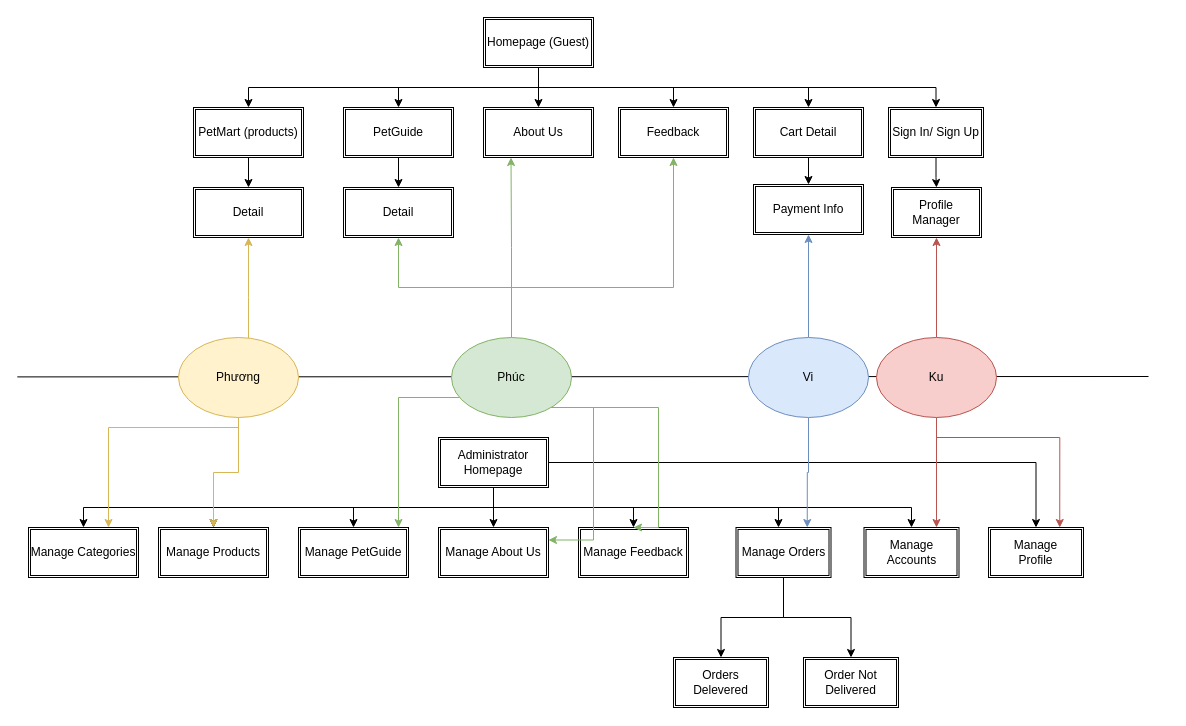
Earlier version of the draw.io diagram page "Site Map" (1 of 3) of PetCare-design-Phuong-PC.drawio (duyphuong403/PetCare). Source tidied: cells renumbered, new cells numbered last; positions are measured from the earlier drawing's top-left corner, leaving out a move shared by most shapes. Both pictures are drawn from the tidied source at 100%, with x=0, y=0 at pixel (17, 17).
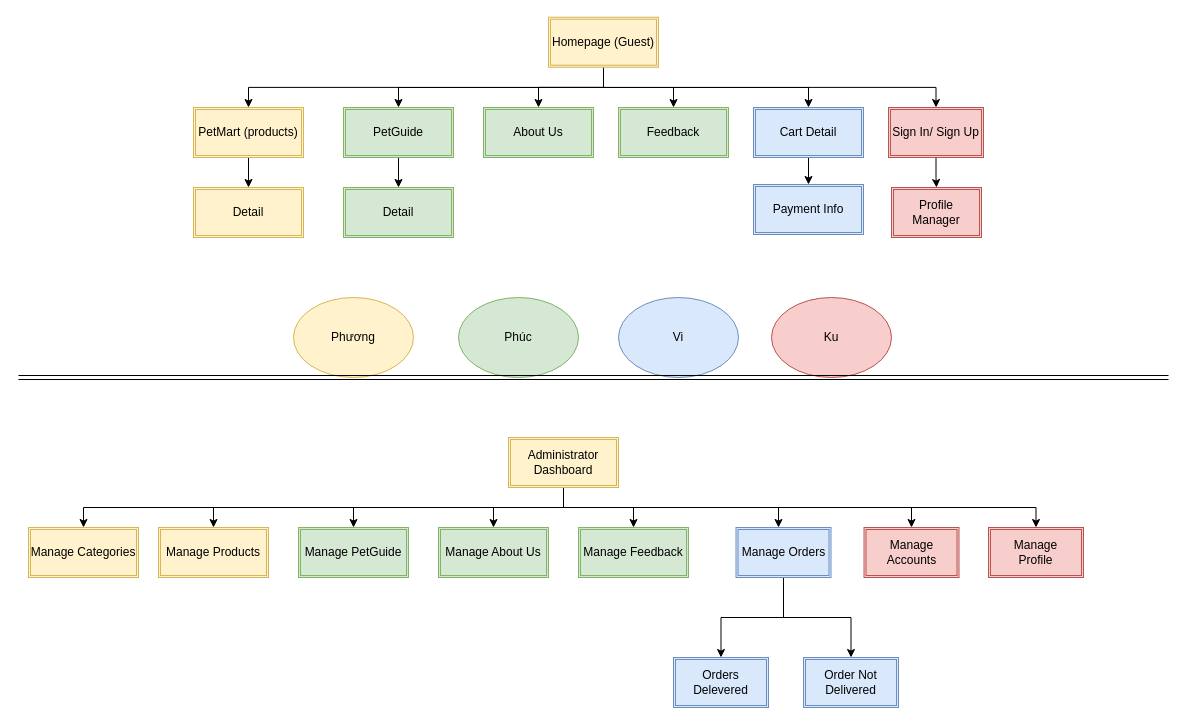
Above is the later version.

Diff of the diagram source:
```diff
@@
     <mxCell id="4" style="edgeStyle=orthogonalEdgeStyle;rounded=0;jettySize=auto;html=1;exitX=0.5;exitY=1;exitDx=0;exitDy=0;" parent="1" edge="1" source="8" target="16">
       <mxGeometry relative="1" as="geometry">
         <Array as="points">
-          <mxPoint x="521" y="70" />
+          <mxPoint x="586" y="70" />
           <mxPoint x="381" y="70" />
         </Array>
       </mxGeometry>
     </mxCell>
@@
     <mxCell id="7" style="edgeStyle=orthogonalEdgeStyle;rounded=0;jettySize=auto;html=1;entryX=0.5;entryY=0;entryDx=0;entryDy=0;" parent="1" edge="1" source="8" target="42">
       <mxGeometry relative="1" as="geometry">
         <Array as="points">
-          <mxPoint x="521" y="70" />
+          <mxPoint x="586" y="70" />
           <mxPoint x="656" y="70" />
         </Array>
       </mxGeometry>
     </mxCell>
-    <mxCell id="8" value="Homepage (Guest)" style="shape=ext;double=1;rounded=0;whiteSpace=wrap;html=1;" parent="1" vertex="1">
-      <mxGeometry x="466" width="110" height="50" as="geometry" />
+    <mxCell id="8" value="Homepage (Guest)" style="shape=ext;double=1;rounded=0;whiteSpace=wrap;html=1;fillColor=#fff2cc;strokeColor=#d6b656;" parent="1" vertex="1">
+      <mxGeometry x="531" y="-0.3" width="110" height="50" as="geometry" />
     </mxCell>
@@
-    <mxCell id="10" value="Sign In/ Sign Up" style="shape=ext;double=1;rounded=0;whiteSpace=wrap;html=1;" parent="1" vertex="1">
+    <mxCell id="10" value="Sign In/ Sign Up" style="shape=ext;double=1;rounded=0;whiteSpace=wrap;html=1;fillColor=#f8cecc;strokeColor=#b85450;" parent="1" vertex="1">
       <mxGeometry x="871" y="90" width="95" height="50" as="geometry" />
     </mxCell>
-    <mxCell id="11" value="Profile Manager" style="shape=ext;double=1;rounded=0;whiteSpace=wrap;html=1;" parent="1" vertex="1">
+    <mxCell id="11" value="Profile Manager" style="shape=ext;double=1;rounded=0;whiteSpace=wrap;html=1;fillColor=#f8cecc;strokeColor=#b85450;" parent="1" vertex="1">
       <mxGeometry x="874" y="170" width="90" height="50" as="geometry" />
     </mxCell>
@@
-    <mxCell id="13" value="PetMart (products)" style="shape=ext;double=1;rounded=0;whiteSpace=wrap;html=1;" parent="1" vertex="1">
+    <mxCell id="13" value="PetMart (products)" style="shape=ext;double=1;rounded=0;whiteSpace=wrap;html=1;fillColor=#fff2cc;strokeColor=#d6b656;" parent="1" vertex="1">
       <mxGeometry x="176" y="90" width="110" height="50" as="geometry" />
     </mxCell>
@@
-    <mxCell id="16" value="PetGuide" style="shape=ext;double=1;rounded=0;whiteSpace=wrap;html=1;" parent="1" vertex="1">
+    <mxCell id="16" value="PetGuide" style="shape=ext;double=1;rounded=0;whiteSpace=wrap;html=1;fillColor=#d5e8d4;strokeColor=#82b366;" parent="1" vertex="1">
       <mxGeometry x="326" y="90" width="110" height="50" as="geometry" />
     </mxCell>
-    <mxCell id="17" value="Detail" style="shape=ext;double=1;rounded=0;whiteSpace=wrap;html=1;" parent="1" vertex="1">
+    <mxCell id="17" value="Detail" style="shape=ext;double=1;rounded=0;whiteSpace=wrap;html=1;fillColor=#d5e8d4;strokeColor=#82b366;" parent="1" vertex="1">
       <mxGeometry x="326" y="170" width="110" height="50" as="geometry" />
     </mxCell>
@@
-    <mxCell id="19" value="Cart Detail" style="shape=ext;double=1;rounded=0;whiteSpace=wrap;html=1;" parent="1" vertex="1">
+    <mxCell id="19" value="Cart Detail" style="shape=ext;double=1;rounded=0;whiteSpace=wrap;html=1;fillColor=#dae8fc;strokeColor=#6c8ebf;" parent="1" vertex="1">
       <mxGeometry x="736" y="90" width="110" height="50" as="geometry" />
     </mxCell>
-    <mxCell id="20" value="Detail" style="shape=ext;double=1;rounded=0;whiteSpace=wrap;html=1;" parent="1" vertex="1">
+    <mxCell id="20" value="Detail" style="shape=ext;double=1;rounded=0;whiteSpace=wrap;html=1;fillColor=#fff2cc;strokeColor=#d6b656;" parent="1" vertex="1">
       <mxGeometry x="176" y="170" width="110" height="50" as="geometry" />
     </mxCell>
-    <mxCell id="21" value="Payment Info" style="shape=ext;double=1;rounded=0;whiteSpace=wrap;html=1;" parent="1" vertex="1">
+    <mxCell id="21" value="Payment Info" style="shape=ext;double=1;rounded=0;whiteSpace=wrap;html=1;fillColor=#dae8fc;strokeColor=#6c8ebf;" parent="1" vertex="1">
       <mxGeometry x="736" y="167" width="110" height="50" as="geometry" />
     </mxCell>
@@
     <mxCell id="24" style="edgeStyle=orthogonalEdgeStyle;rounded=0;jettySize=auto;html=1;exitX=0.5;exitY=1;exitDx=0;exitDy=0;" parent="1" edge="1" source="30" target="33">
       <mxGeometry relative="1" as="geometry">
         <Array as="points">
-          <mxPoint x="476" y="470" />
-          <mxPoint x="476" y="535" />
+          <mxPoint x="546" y="490" />
+          <mxPoint x="476" y="490" />
         </Array>
       </mxGeometry>
     </mxCell>
     <mxCell id="25" style="edgeStyle=orthogonalEdgeStyle;rounded=0;jettySize=auto;html=1;entryX=0.5;entryY=0;entryDx=0;entryDy=0;exitX=0.5;exitY=1;exitDx=0;exitDy=0;" parent="1" edge="1" source="30" target="34">
       <mxGeometry relative="1" as="geometry">
         <Array as="points">
-          <mxPoint x="476" y="490" />
+          <mxPoint x="546" y="490" />
           <mxPoint x="616" y="490" />
         </Array>
       </mxGeometry>
     </mxCell>
-    <mxCell id="26" style="edgeStyle=orthogonalEdgeStyle;rounded=0;jettySize=auto;html=1;entryX=0.5;entryY=0;entryDx=0;entryDy=0;" parent="1" edge="1" target="36">
+    <mxCell id="26" style="edgeStyle=orthogonalEdgeStyle;rounded=0;jettySize=auto;html=1;entryX=0.5;entryY=0;entryDx=0;entryDy=0;exitX=0.5;exitY=1;exitDx=0;exitDy=0;" parent="1" edge="1" source="30" target="36">
       <mxGeometry relative="1" as="geometry">
-        <mxPoint x="476" y="470" as="sourcePoint" />
         <Array as="points">
-          <mxPoint x="476" y="490" />
+          <mxPoint x="546" y="490" />
           <mxPoint x="196" y="490" />
         </Array>
       </mxGeometry>
     </mxCell>
     <mxCell id="27" style="edgeStyle=orthogonalEdgeStyle;rounded=0;jettySize=auto;html=1;" parent="1" edge="1" source="30" target="39">
       <mxGeometry relative="1" as="geometry">
         <Array as="points">
-          <mxPoint x="476" y="490" />
+          <mxPoint x="546" y="490" />
           <mxPoint x="761" y="490" />
         </Array>
       </mxGeometry>
     </mxCell>
     <mxCell id="28" style="edgeStyle=orthogonalEdgeStyle;rounded=0;jettySize=auto;html=1;entryX=0.5;entryY=0;entryDx=0;entryDy=0;" parent="1" edge="1" source="30" target="50">
       <mxGeometry relative="1" as="geometry">
         <Array as="points">
-          <mxPoint x="476" y="490" />
+          <mxPoint x="546" y="490" />
           <mxPoint x="66" y="490" />
         </Array>
       </mxGeometry>
     </mxCell>
     <mxCell id="29" style="edgeStyle=orthogonalEdgeStyle;rounded=0;jettySize=auto;html=1;entryX=0.5;entryY=0;entryDx=0;entryDy=0;" parent="1" edge="1" source="30" target="63">
-      <mxGeometry relative="1" as="geometry" />
+      <mxGeometry relative="1" as="geometry">
+        <Array as="points">
+          <mxPoint x="546" y="490" />
+          <mxPoint x="1018" y="490" />
+        </Array>
+      </mxGeometry>
     </mxCell>
-    <mxCell id="30" value="Administrator Homepage" style="shape=ext;double=1;rounded=0;whiteSpace=wrap;html=1;" parent="1" vertex="1">
-      <mxGeometry x="421" y="420" width="110" height="50" as="geometry" />
+    <mxCell id="30" value="Administrator Dashboard" style="shape=ext;double=1;rounded=0;whiteSpace=wrap;html=1;fillColor=#fff2cc;strokeColor=#d6b656;" parent="1" vertex="1">
+      <mxGeometry x="491" y="420" width="110" height="50" as="geometry" />
     </mxCell>
-    <mxCell id="31" value="Manage Accounts" style="shape=ext;double=1;rounded=0;whiteSpace=wrap;html=1;" parent="1" vertex="1">
+    <mxCell id="31" value="Manage Accounts" style="shape=ext;double=1;rounded=0;whiteSpace=wrap;html=1;fillColor=#f8cecc;strokeColor=#b85450;" parent="1" vertex="1">
       <mxGeometry x="846.5" y="510" width="95" height="50" as="geometry" />
     </mxCell>
-    <mxCell id="32" value="Manage PetGuide" style="shape=ext;double=1;rounded=0;whiteSpace=wrap;html=1;" parent="1" vertex="1">
+    <mxCell id="32" value="Manage PetGuide" style="shape=ext;double=1;rounded=0;whiteSpace=wrap;html=1;fillColor=#d5e8d4;strokeColor=#82b366;" parent="1" vertex="1">
       <mxGeometry x="281" y="510" width="110" height="50" as="geometry" />
     </mxCell>
-    <mxCell id="33" value="Manage About Us" style="shape=ext;double=1;rounded=0;whiteSpace=wrap;html=1;" parent="1" vertex="1">
+    <mxCell id="33" value="Manage About Us" style="shape=ext;double=1;rounded=0;whiteSpace=wrap;html=1;fillColor=#d5e8d4;strokeColor=#82b366;" parent="1" vertex="1">
       <mxGeometry x="421" y="510" width="110" height="50" as="geometry" />
     </mxCell>
-    <mxCell id="34" value="Manage Feedback" style="shape=ext;double=1;rounded=0;whiteSpace=wrap;html=1;" parent="1" vertex="1">
+    <mxCell id="34" value="Manage Feedback" style="shape=ext;double=1;rounded=0;whiteSpace=wrap;html=1;fillColor=#d5e8d4;strokeColor=#82b366;" parent="1" vertex="1">
       <mxGeometry x="561" y="510" width="110" height="50" as="geometry" />
     </mxCell>
-    <mxCell id="35" style="endArrow=none;html=1;" parent="1" edge="1">
-      <mxGeometry relative="1" as="geometry">
-        <mxPoint x="-0.2" y="359.4" as="sourcePoint" />
-        <mxPoint x="1131" y="359" as="targetPoint" />
-      </mxGeometry>
-    </mxCell>
-    <mxCell id="36" value="Manage Products" style="shape=ext;double=1;rounded=0;whiteSpace=wrap;html=1;" parent="1" vertex="1">
+    <mxCell id="36" value="Manage Products" style="shape=ext;double=1;rounded=0;whiteSpace=wrap;html=1;fillColor=#fff2cc;strokeColor=#d6b656;" parent="1" vertex="1">
       <mxGeometry x="141" y="510" width="110" height="50" as="geometry" />
     </mxCell>
@@
-    <mxCell id="39" value="Manage Orders" style="shape=ext;double=1;rounded=0;whiteSpace=wrap;html=1;" parent="1" vertex="1">
+    <mxCell id="39" value="Manage Orders" style="shape=ext;double=1;rounded=0;whiteSpace=wrap;html=1;fillColor=#dae8fc;strokeColor=#6c8ebf;" parent="1" vertex="1">
       <mxGeometry x="718.5" y="510" width="95" height="50" as="geometry" />
     </mxCell>
-    <mxCell id="40" value="Order Not Delivered" style="shape=ext;double=1;rounded=0;whiteSpace=wrap;html=1;" parent="1" vertex="1">
+    <mxCell id="40" value="Order Not Delivered" style="shape=ext;double=1;rounded=0;whiteSpace=wrap;html=1;fillColor=#dae8fc;strokeColor=#6c8ebf;" parent="1" vertex="1">
       <mxGeometry x="786" y="640" width="95" height="50" as="geometry" />
     </mxCell>
-    <mxCell id="41" value="About Us" style="shape=ext;double=1;rounded=0;whiteSpace=wrap;html=1;" parent="1" vertex="1">
+    <mxCell id="41" value="About Us" style="shape=ext;double=1;rounded=0;whiteSpace=wrap;html=1;fillColor=#d5e8d4;strokeColor=#82b366;" parent="1" vertex="1">
       <mxGeometry x="466" y="90" width="110" height="50" as="geometry" />
     </mxCell>
-    <mxCell id="42" value="Feedback" style="shape=ext;double=1;rounded=0;whiteSpace=wrap;html=1;" parent="1" vertex="1">
+    <mxCell id="42" value="Feedback" style="shape=ext;double=1;rounded=0;whiteSpace=wrap;html=1;fillColor=#d5e8d4;strokeColor=#82b366;" parent="1" vertex="1">
       <mxGeometry x="601" y="90" width="110" height="50" as="geometry" />
     </mxCell>
-    <mxCell id="43" style="edgeStyle=orthogonalEdgeStyle;rounded=0;jettySize=auto;html=1;entryX=0.5;entryY=1;entryDx=0;entryDy=0;fillColor=#dae8fc;strokeColor=#6c8ebf;" parent="1" edge="1" source="45" target="21">
-      <mxGeometry relative="1" as="geometry" />
-    </mxCell>
-    <mxCell id="44" style="edgeStyle=orthogonalEdgeStyle;rounded=0;jettySize=auto;html=1;entryX=0.75;entryY=0;entryDx=0;entryDy=0;fillColor=#dae8fc;strokeColor=#6c8ebf;" parent="1" edge="1" source="45" target="39">
-      <mxGeometry relative="1" as="geometry" />
-    </mxCell>
     <mxCell id="45" value="Vi" style="ellipse;whiteSpace=wrap;html=1;fillColor=#dae8fc;strokeColor=#6c8ebf;" parent="1" vertex="1">
-      <mxGeometry x="731" y="320" width="120" height="80" as="geometry" />
+      <mxGeometry x="601" y="280" width="120" height="80" as="geometry" />
     </mxCell>
-    <mxCell id="46" style="edgeStyle=orthogonalEdgeStyle;rounded=0;jettySize=auto;html=1;entryX=0.5;entryY=1;entryDx=0;entryDy=0;fillColor=#f8cecc;strokeColor=#b85450;" parent="1" edge="1" source="49" target="11">
-      <mxGeometry relative="1" as="geometry" />
-    </mxCell>
-    <mxCell id="47" style="edgeStyle=orthogonalEdgeStyle;rounded=0;jettySize=auto;html=1;fillColor=#f8cecc;strokeColor=#b85450;" parent="1" edge="1" source="49">
-      <mxGeometry relative="1" as="geometry">
-        <mxPoint x="919" y="510" as="targetPoint" />
-        <Array as="points">
-          <mxPoint x="919" y="510" />
-        </Array>
-      </mxGeometry>
-    </mxCell>
-    <mxCell id="48" style="edgeStyle=orthogonalEdgeStyle;rounded=0;jettySize=auto;html=1;entryX=0.75;entryY=0;entryDx=0;entryDy=0;fillColor=#f8cecc;strokeColor=#b85450;" parent="1" edge="1" source="49" target="63">
-      <mxGeometry relative="1" as="geometry">
-        <Array as="points">
-          <mxPoint x="919" y="420" />
-          <mxPoint x="1042" y="420" />
-        </Array>
-      </mxGeometry>
-    </mxCell>
-    <mxCell id="49" value="Ku" style="ellipse;whiteSpace=wrap;html=1;fillColor=#f8cecc;strokeColor=#b85450;" parent="1" vertex="1">
-      <mxGeometry x="859" y="320" width="120" height="80" as="geometry" />
-    </mxCell>
-    <mxCell id="50" value="&lt;span style=&quot;white-space: normal&quot;&gt;Manage&amp;nbsp;&lt;/span&gt;Categories" style="shape=ext;double=1;rounded=0;whiteSpace=wrap;html=1;" parent="1" vertex="1">
+    <mxCell id="50" value="&lt;span style=&quot;white-space: normal&quot;&gt;Manage&amp;nbsp;&lt;/span&gt;Categories" style="shape=ext;double=1;rounded=0;whiteSpace=wrap;html=1;fillColor=#fff2cc;strokeColor=#d6b656;" parent="1" vertex="1">
       <mxGeometry x="11" y="510" width="110" height="50" as="geometry" />
     </mxCell>
-    <mxCell id="51" style="edgeStyle=orthogonalEdgeStyle;rounded=0;jettySize=auto;html=1;entryX=0.25;entryY=1;entryDx=0;entryDy=0;fillColor=#d5e8d4;strokeColor=#82b366;" parent="1" edge="1" source="57" target="41">
-      <mxGeometry relative="1" as="geometry" />
-    </mxCell>
-    <mxCell id="52" style="edgeStyle=orthogonalEdgeStyle;rounded=0;jettySize=auto;html=1;entryX=0.5;entryY=1;entryDx=0;entryDy=0;fillColor=#d5e8d4;strokeColor=#82b366;" parent="1" edge="1" source="57" target="17">
-      <mxGeometry relative="1" as="geometry" />
-    </mxCell>
-    <mxCell id="53" style="edgeStyle=orthogonalEdgeStyle;rounded=0;jettySize=auto;html=1;entryX=0.5;entryY=1;entryDx=0;entryDy=0;fillColor=#d5e8d4;strokeColor=#82b366;" parent="1" edge="1" source="57" target="42">
-      <mxGeometry relative="1" as="geometry">
-        <Array as="points">
-          <mxPoint x="494" y="270" />
-          <mxPoint x="656" y="270" />
-        </Array>
-      </mxGeometry>
-    </mxCell>
-    <mxCell id="54" style="edgeStyle=orthogonalEdgeStyle;rounded=0;jettySize=auto;html=1;entryX=0.5;entryY=0;entryDx=0;entryDy=0;fillColor=#d5e8d4;strokeColor=#82b366;" parent="1" edge="1" source="57" target="34">
-      <mxGeometry relative="1" as="geometry">
-        <Array as="points">
-          <mxPoint x="641" y="390" />
-        </Array>
-      </mxGeometry>
-    </mxCell>
-    <mxCell id="55" style="edgeStyle=orthogonalEdgeStyle;rounded=0;jettySize=auto;html=1;fillColor=#d5e8d4;strokeColor=#82b366;" parent="1" edge="1" source="57">
-      <mxGeometry relative="1" as="geometry">
-        <mxPoint x="381" y="510" as="targetPoint" />
-        <Array as="points">
-          <mxPoint x="381" y="380" />
-          <mxPoint x="381" y="510" />
-        </Array>
-      </mxGeometry>
-    </mxCell>
-    <mxCell id="56" style="edgeStyle=orthogonalEdgeStyle;rounded=0;jettySize=auto;html=1;entryX=1;entryY=0.25;entryDx=0;entryDy=0;fillColor=#d5e8d4;strokeColor=#82b366;" parent="1" edge="1" source="57" target="33">
-      <mxGeometry relative="1" as="geometry">
-        <Array as="points">
-          <mxPoint x="576" y="390" />
-          <mxPoint x="576" y="523" />
-        </Array>
-      </mxGeometry>
-    </mxCell>
     <mxCell id="57" value="Phúc" style="ellipse;whiteSpace=wrap;html=1;fillColor=#d5e8d4;strokeColor=#82b366;" parent="1" vertex="1">
-      <mxGeometry x="434" y="320" width="120" height="80" as="geometry" />
+      <mxGeometry x="441" y="280" width="120" height="80" as="geometry" />
     </mxCell>
-    <mxCell id="58" style="edgeStyle=orthogonalEdgeStyle;rounded=0;jettySize=auto;html=1;entryX=0.5;entryY=1;entryDx=0;entryDy=0;fillColor=#fff2cc;strokeColor=#d6b656;" parent="1" edge="1" source="61" target="20">
-      <mxGeometry relative="1" as="geometry">
-        <Array as="points">
-          <mxPoint x="231" y="280" />
-          <mxPoint x="231" y="280" />
-        </Array>
-      </mxGeometry>
-    </mxCell>
-    <mxCell id="59" style="edgeStyle=orthogonalEdgeStyle;rounded=0;jettySize=auto;html=1;fillColor=#fff2cc;strokeColor=#d6b656;" parent="1" edge="1" source="61" target="36">
-      <mxGeometry relative="1" as="geometry" />
-    </mxCell>
-    <mxCell id="60" style="edgeStyle=orthogonalEdgeStyle;rounded=0;jettySize=auto;html=1;fillColor=#fff2cc;strokeColor=#d6b656;" parent="1" edge="1" source="61" target="50">
-      <mxGeometry relative="1" as="geometry">
-        <Array as="points">
-          <mxPoint x="221" y="410" />
-          <mxPoint x="91" y="410" />
-        </Array>
-      </mxGeometry>
-    </mxCell>
     <mxCell id="61" value="Phương" style="ellipse;whiteSpace=wrap;html=1;fillColor=#fff2cc;strokeColor=#d6b656;" parent="1" vertex="1">
-      <mxGeometry x="161" y="320" width="120" height="80" as="geometry" />
+      <mxGeometry x="276" y="280" width="120" height="80" as="geometry" />
     </mxCell>
-    <mxCell id="62" value="Orders Delevered" style="shape=ext;double=1;rounded=0;whiteSpace=wrap;html=1;" parent="1" vertex="1">
+    <mxCell id="62" value="Orders Delevered" style="shape=ext;double=1;rounded=0;whiteSpace=wrap;html=1;fillColor=#dae8fc;strokeColor=#6c8ebf;" parent="1" vertex="1">
       <mxGeometry x="656" y="640" width="95" height="50" as="geometry" />
     </mxCell>
-    <mxCell id="63" value="Manage &lt;br&gt;Profile" style="shape=ext;double=1;rounded=0;whiteSpace=wrap;html=1;" parent="1" vertex="1">
+    <mxCell id="63" value="Manage &lt;br&gt;Profile" style="shape=ext;double=1;rounded=0;whiteSpace=wrap;html=1;fillColor=#f8cecc;strokeColor=#b85450;" parent="1" vertex="1">
       <mxGeometry x="971" y="510" width="95" height="50" as="geometry" />
     </mxCell>
+    <mxCell id="49" value="Ku" style="ellipse;whiteSpace=wrap;html=1;fillColor=#f8cecc;strokeColor=#b85450;" parent="1" vertex="1">
+      <mxGeometry x="754" y="280" width="120" height="80" as="geometry" />
+    </mxCell>
+    <mxCell id="64" style="shape=link;html=1;" parent="1" edge="1">
+      <mxGeometry relative="1" as="geometry">
+        <mxPoint x="1" y="360" as="sourcePoint" />
+        <mxPoint x="1151" y="360" as="targetPoint" />
+      </mxGeometry>
+    </mxCell>
```
